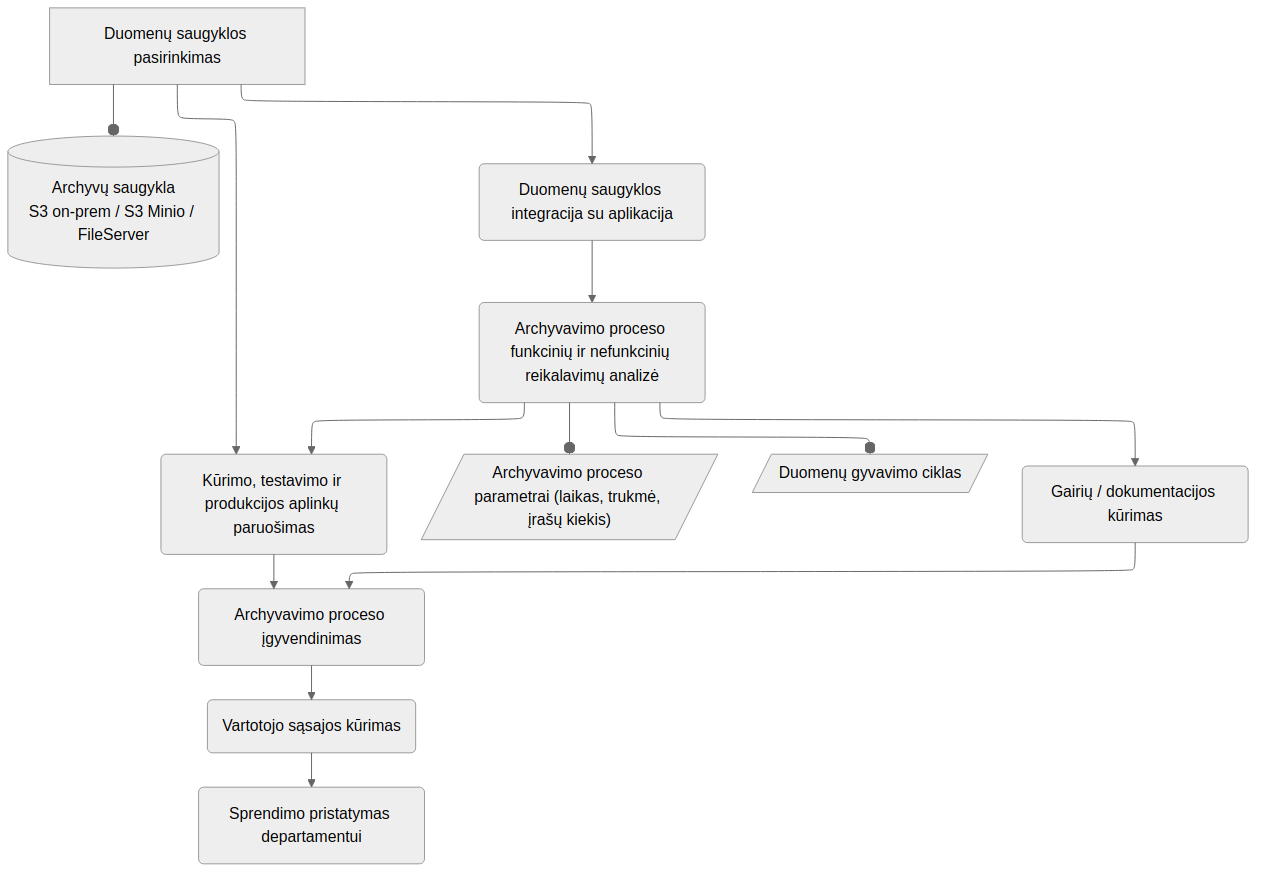
This is images/plan.png from onlyidev/bachelor.practice, a Mermaid export, as it was before one commit. Its source is kept beside it as diagrams/plan.mmd. Its diagram source:
```mermaid
---
config:
  layout: elk
---
flowchart TD
analysis["Duomenų saugyklos pasirinkimas"]
guidelines("Gairių / dokumentacijos kūrimas")
integrate("Duomenų saugyklos integracija su aplikacija")
requirements("Archyvavimo proceso funkcinių ir nefunkcinių reikalavimų analizė")
env("Kūrimo, testavimo ir produkcijos aplinkų paruošimas")
process("Archyvavimo proceso įgyvendinimas")
gui("Vartotojo sąsajos kūrimas")
presentation("Sprendimo pristatymas departamentui")

requirements --o data[/"Duomenų gyvavimo ciklas"/]
requirements --o nfr[/"Archyvavimo proceso parametrai (laikas, trukmė, įrašų kiekis)"/]
analysis --o db[("Archyvų saugykla
S3 on-prem / S3 Minio / FileServer")]

analysis --> integrate & env
integrate --> requirements
requirements --> guidelines & env --> process --> gui --> presentation
```
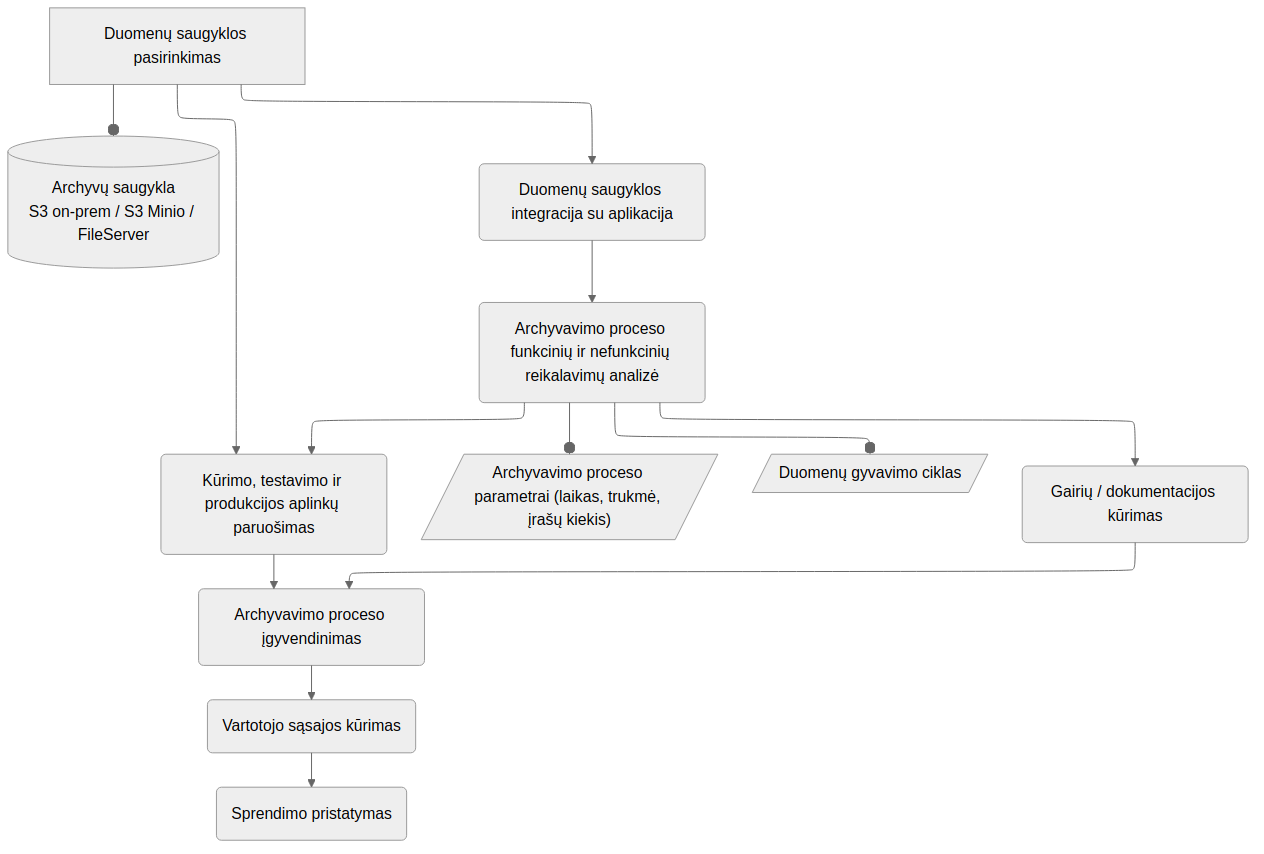
Later version of the same file.

Diff of the diagram source:
```diff
@@ -10,7 +10,7 @@
 env("Kūrimo, testavimo ir produkcijos aplinkų paruošimas")
 process("Archyvavimo proceso įgyvendinimas")
 gui("Vartotojo sąsajos kūrimas")
-presentation("Sprendimo pristatymas departamentui")
+presentation("Sprendimo pristatymas")
 
 requirements --o data[/"Duomenų gyvavimo ciklas"/]
 requirements --o nfr[/"Archyvavimo proceso parametrai (laikas, trukmė, įrašų kiekis)"/]
```
